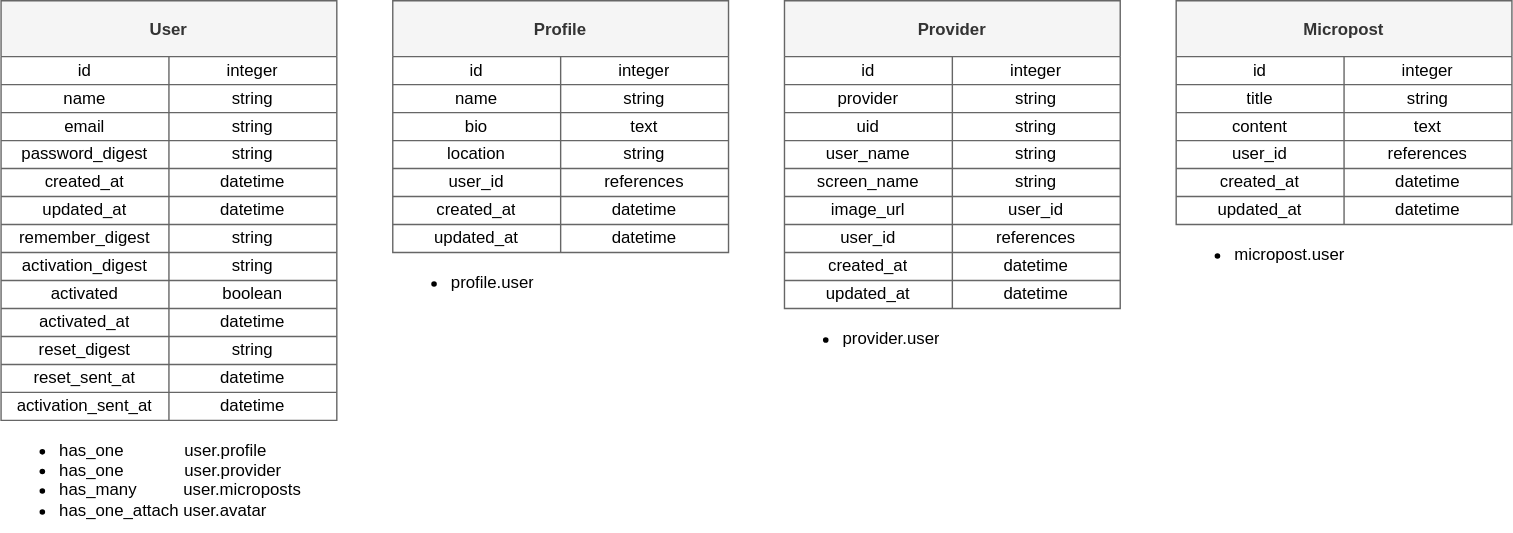
Earlier version of the draw.io export doc/images/model-structure.drawio.svg (ittoku703/mizusirazu). Source tidied: cells renumbered, new cells last; positions are measured from the earlier drawing's top-left corner, leaving out a move shared by most shapes.
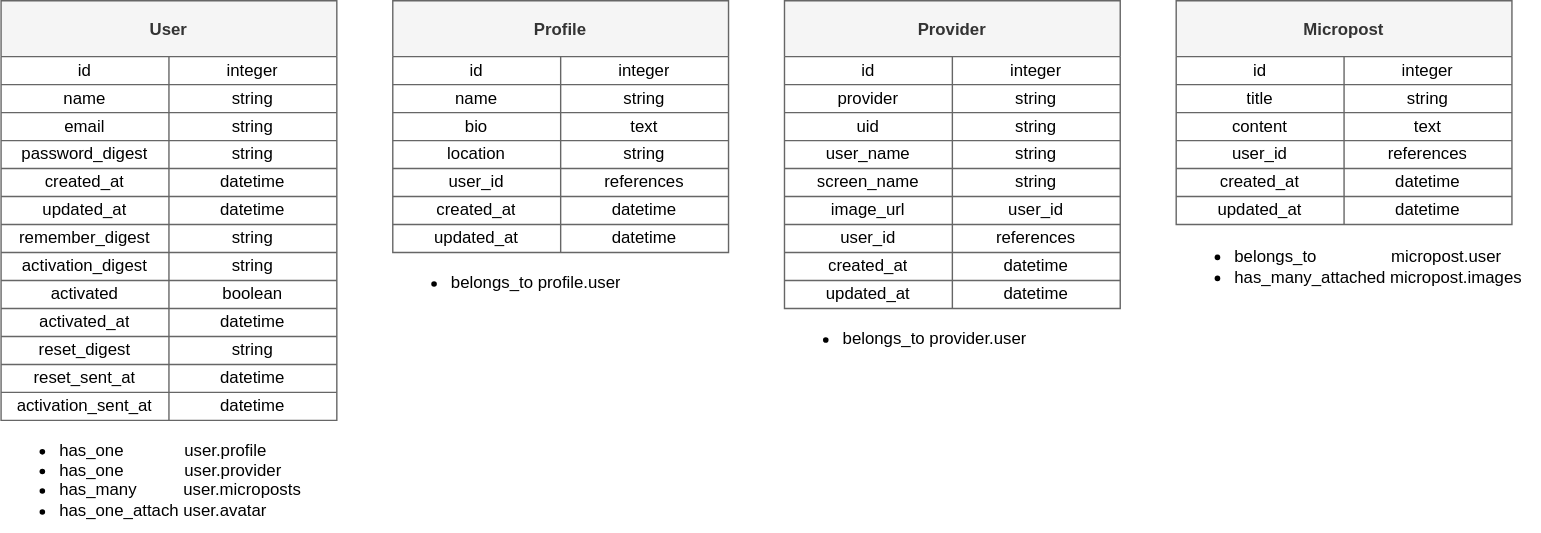
Above is the later version.

The edit, as a diff of the source:
```diff
@@ -191,7 +191,7 @@
     <mxCell id="64" value="&lt;ul&gt;&lt;li&gt;has_one&amp;nbsp; &amp;nbsp; &amp;nbsp; &amp;nbsp; &amp;nbsp; &amp;nbsp; &amp;nbsp;user.profile&lt;/li&gt;&lt;li&gt;has_one&amp;nbsp; &amp;nbsp; &amp;nbsp; &amp;nbsp; &amp;nbsp; &amp;nbsp; &amp;nbsp;user.provider&lt;/li&gt;&lt;li&gt;has_many&amp;nbsp; &amp;nbsp; &amp;nbsp; &amp;nbsp; &amp;nbsp; user.microposts&lt;/li&gt;&lt;li&gt;has_one_attach user.avatar&lt;/li&gt;&lt;/ul&gt;" style="text;strokeColor=none;fillColor=none;html=1;whiteSpace=wrap;verticalAlign=middle;overflow=hidden;align=left;" parent="1" vertex="1">
       <mxGeometry y="300" width="240" height="80" as="geometry" />
     </mxCell>
-    <mxCell id="65" value="&lt;ul&gt;&lt;li&gt;profile.user&lt;/li&gt;&lt;/ul&gt;" style="text;strokeColor=none;fillColor=none;html=1;whiteSpace=wrap;verticalAlign=middle;overflow=hidden;align=left;" parent="1" vertex="1">
+    <mxCell id="65" value="&lt;ul&gt;&lt;li&gt;belongs_to profile.user&lt;/li&gt;&lt;/ul&gt;" style="text;strokeColor=none;fillColor=none;html=1;whiteSpace=wrap;verticalAlign=middle;overflow=hidden;align=left;" parent="1" vertex="1">
       <mxGeometry x="280" y="180" width="240" height="40" as="geometry" />
     </mxCell>
     <mxCell id="66" value="Provider" style="shape=table;startSize=40;fontStyle=1;align=center;fillColor=#f5f5f5;fontColor=#333333;strokeColor=#666666;" parent="1" vertex="1">
@@ -278,7 +278,7 @@
     <mxCell id="93" value="datetime" style="shape=partialRectangle;html=1;whiteSpace=wrap;fillColor=none;top=0;left=0;bottom=0;right=0;overflow=hidden;" parent="91" vertex="1">
       <mxGeometry x="120" width="120" height="20" as="geometry" />
     </mxCell>
-    <mxCell id="94" value="&lt;ul&gt;&lt;li&gt;provider.user&lt;/li&gt;&lt;/ul&gt;" style="text;strokeColor=none;fillColor=none;html=1;whiteSpace=wrap;verticalAlign=middle;overflow=hidden;align=left;" parent="1" vertex="1">
+    <mxCell id="94" value="&lt;ul&gt;&lt;li&gt;belongs_to provider.user&lt;/li&gt;&lt;/ul&gt;" style="text;strokeColor=none;fillColor=none;html=1;whiteSpace=wrap;verticalAlign=middle;overflow=hidden;align=left;" parent="1" vertex="1">
       <mxGeometry x="560" y="220" width="240" height="40" as="geometry" />
     </mxCell>
     <mxCell id="95" value="Micropost" style="shape=table;startSize=40;fontStyle=1;align=center;fillColor=#f5f5f5;fontColor=#333333;strokeColor=#666666;" parent="1" vertex="1">
@@ -338,8 +338,8 @@
     <mxCell id="113" value="datetime" style="shape=partialRectangle;html=1;whiteSpace=wrap;fillColor=none;top=0;left=0;bottom=0;right=0;overflow=hidden;" parent="111" vertex="1">
       <mxGeometry x="120" width="120" height="20" as="geometry" />
     </mxCell>
-    <mxCell id="114" value="&lt;ul&gt;&lt;li&gt;micropost.user&lt;/li&gt;&lt;/ul&gt;" style="text;strokeColor=none;fillColor=none;html=1;whiteSpace=wrap;verticalAlign=middle;overflow=hidden;align=left;" parent="1" vertex="1">
-      <mxGeometry x="840" y="160" width="240" height="40" as="geometry" />
+    <mxCell id="114" value="&lt;ul&gt;&lt;li&gt;belongs_to&amp;nbsp; &amp;nbsp; &amp;nbsp; &amp;nbsp; &amp;nbsp; &amp;nbsp; &amp;nbsp; &amp;nbsp; micropost.user&lt;/li&gt;&lt;li&gt;has_many_attached micropost.images&lt;/li&gt;&lt;/ul&gt;" style="text;strokeColor=none;fillColor=none;html=1;whiteSpace=wrap;verticalAlign=middle;overflow=hidden;align=left;" parent="1" vertex="1">
+      <mxGeometry x="840" y="160" width="260" height="60" as="geometry" />
     </mxCell>
   </root>
 </mxGraphModel>
```
